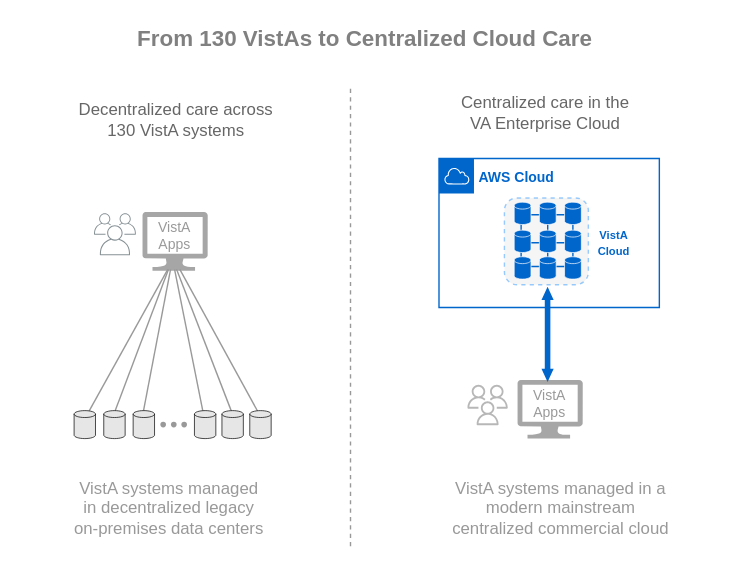
The draw.io diagram img/vista-to-vaec.svg in cloudvista/vaa, before a commit. Source tidied: cells renumbered, new cells last; positions are measured from the earlier drawing's top-left corner, leaving out a move shared by most shapes.
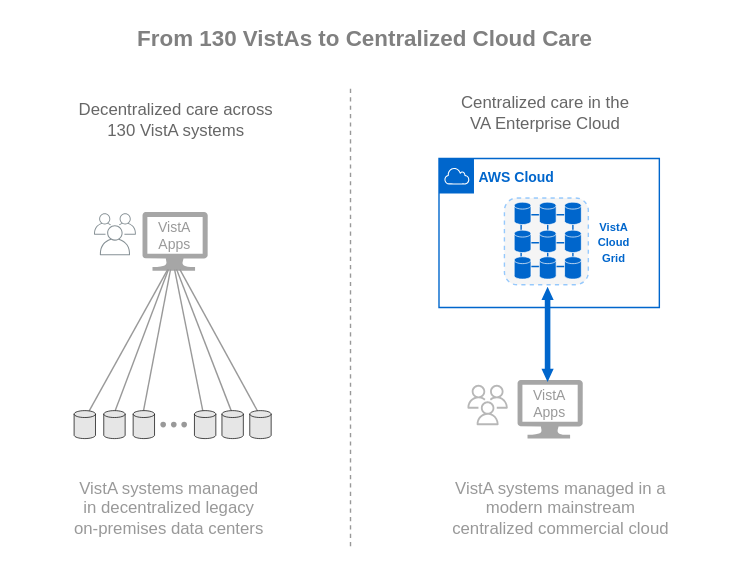
Above is the later version.

The edit, as a diff of the source:
```diff
@@ -101,8 +101,8 @@
     <mxCell id="28" style="shape=cylinder3;whiteSpace=wrap;html=1;boundedLbl=1;backgroundOutline=1;size=2.4705882352940876;strokeColor=#000000;strokeWidth=0.5;fillColor=#E6E6E6;gradientColor=none;" parent="1" vertex="1">
       <mxGeometry x="178" y="293" width="15.3" height="20" as="geometry" />
     </mxCell>
-    <mxCell id="29" value="&lt;font style=&quot;font-size: 8px;&quot; color=&quot;#0066cc&quot;&gt;&lt;b&gt;VistA&lt;br style=&quot;&quot;&gt;Cloud&lt;br&gt;&lt;/b&gt;&lt;/font&gt;" style="text;html=1;align=center;verticalAlign=middle;strokeColor=none;fillColor=none;fontColor=#007FFF;fontSize=9;" parent="1" vertex="1">
-      <mxGeometry x="413" y="153" width="50" height="40" as="geometry" />
+    <mxCell id="29" value="&lt;font style=&quot;font-size: 8px;&quot; color=&quot;#0066cc&quot;&gt;&lt;b&gt;VistA&lt;br style=&quot;&quot;&gt;Cloud&lt;br&gt;Grid&lt;br&gt;&lt;/b&gt;&lt;/font&gt;" style="text;html=1;align=center;verticalAlign=middle;strokeColor=none;fillColor=none;fontColor=#007FFF;fontSize=9;" parent="1" vertex="1">
+      <mxGeometry x="413" y="148" width="50" height="50" as="geometry" />
     </mxCell>
     <mxCell id="30" style="ellipse;whiteSpace=wrap;html=1;fillColor=#999999;strokeColor=none;" parent="1" vertex="1">
       <mxGeometry x="114.1" y="301" width="4" height="4" as="geometry" />
```
